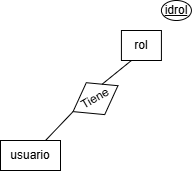
Before: documentacion/Diagrama MER.drawio.png, a diagram exported from draw.io (crisalixis/dietetica). Source tidied: cells renumbered, new cells last; positions are measured from the earlier drawing's top-left corner, leaving out a move shared by most shapes.
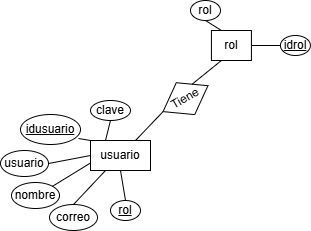
Later version of the same file.

The edit, as a diff of the source:
```diff
@@ -18,7 +18,52 @@
       <mxGeometry relative="1" as="geometry" />
     </mxCell>
     <mxCell id="7" value="&lt;u&gt;idrol&lt;/u&gt;" style="ellipse;whiteSpace=wrap;html=1;" parent="1" vertex="1">
-      <mxGeometry x="160.9" width="30" height="20" as="geometry" />
+      <mxGeometry x="189.9" y="35" width="30" height="20" as="geometry" />
     </mxCell>
+    <mxCell id="8" value="rol" style="ellipse;whiteSpace=wrap;html=1;" parent="1" vertex="1">
+      <mxGeometry x="100" width="30" height="20" as="geometry" />
+    </mxCell>
+    <mxCell id="9" style="endArrow=none;html=1;rounded=0;exitX=1;exitY=0.5;exitDx=0;exitDy=0;entryX=0;entryY=0.5;entryDx=0;entryDy=0;" parent="1" edge="1" source="5" target="7">
+      <mxGeometry relative="1" as="geometry" />
+    </mxCell>
+    <mxCell id="10" style="endArrow=none;html=1;rounded=0;entryX=0.5;entryY=1;entryDx=0;entryDy=0;exitX=0.25;exitY=0;exitDx=0;exitDy=0;" parent="1" edge="1" source="5" target="8">
+      <mxGeometry relative="1" as="geometry" />
+    </mxCell>
+    <mxCell id="11" value="&lt;u&gt;idusuario&lt;/u&gt;" style="ellipse;whiteSpace=wrap;html=1;" parent="1" vertex="1">
+      <mxGeometry x="-70" y="114" width="60" height="30" as="geometry" />
+    </mxCell>
+    <mxCell id="12" value="usuario" style="ellipse;whiteSpace=wrap;html=1;" parent="1" vertex="1">
+      <mxGeometry x="-90" y="150" width="48" height="26" as="geometry" />
+    </mxCell>
+    <mxCell id="13" value="nombre" style="ellipse;whiteSpace=wrap;html=1;" parent="1" vertex="1">
+      <mxGeometry x="-79" y="182" width="48" height="26" as="geometry" />
+    </mxCell>
+    <mxCell id="14" value="correo" style="ellipse;whiteSpace=wrap;html=1;" parent="1" vertex="1">
+      <mxGeometry x="-41" y="204" width="48" height="26" as="geometry" />
+    </mxCell>
+    <mxCell id="15" value="&lt;div style=&quot;text-align: justify;&quot;&gt;&lt;u style=&quot;background-color: initial;&quot;&gt;rol&lt;/u&gt;&lt;/div&gt;" style="ellipse;whiteSpace=wrap;html=1;" parent="1" vertex="1">
+      <mxGeometry x="20" y="200" width="30" height="20" as="geometry" />
+    </mxCell>
+    <mxCell id="16" value="clave" style="ellipse;whiteSpace=wrap;html=1;" parent="1" vertex="1">
+      <mxGeometry y="100" width="40" height="20" as="geometry" />
+    </mxCell>
+    <mxCell id="17" style="endArrow=none;html=1;rounded=0;entryX=0.5;entryY=1;entryDx=0;entryDy=0;exitX=0.5;exitY=0;exitDx=0;exitDy=0;" parent="1" edge="1" source="15" target="2">
+      <mxGeometry relative="1" as="geometry" />
+    </mxCell>
+    <mxCell id="18" style="endArrow=none;html=1;rounded=0;entryX=0.25;entryY=1;entryDx=0;entryDy=0;exitX=0.5;exitY=0;exitDx=0;exitDy=0;" parent="1" edge="1" source="14" target="2">
+      <mxGeometry relative="1" as="geometry" />
+    </mxCell>
+    <mxCell id="19" style="endArrow=none;html=1;rounded=0;entryX=0;entryY=0.75;entryDx=0;entryDy=0;exitX=1;exitY=0;exitDx=0;exitDy=0;" parent="1" edge="1" source="13" target="2">
+      <mxGeometry relative="1" as="geometry" />
+    </mxCell>
+    <mxCell id="20" style="endArrow=none;html=1;rounded=0;entryX=0;entryY=0.5;entryDx=0;entryDy=0;exitX=1;exitY=0.5;exitDx=0;exitDy=0;" parent="1" edge="1" source="12" target="2">
+      <mxGeometry relative="1" as="geometry" />
+    </mxCell>
+    <mxCell id="21" style="endArrow=none;html=1;rounded=0;entryX=0;entryY=0;entryDx=0;entryDy=0;exitX=0.967;exitY=0.8;exitDx=0;exitDy=0;exitPerimeter=0;" parent="1" edge="1" source="11" target="2">
+      <mxGeometry relative="1" as="geometry" />
+    </mxCell>
+    <mxCell id="22" style="endArrow=none;html=1;rounded=0;entryX=0.5;entryY=1;entryDx=0;entryDy=0;exitX=0.25;exitY=0;exitDx=0;exitDy=0;" parent="1" edge="1" source="2" target="16">
+      <mxGeometry relative="1" as="geometry" />
+    </mxCell>
   </root>
 </mxGraphModel>
```
